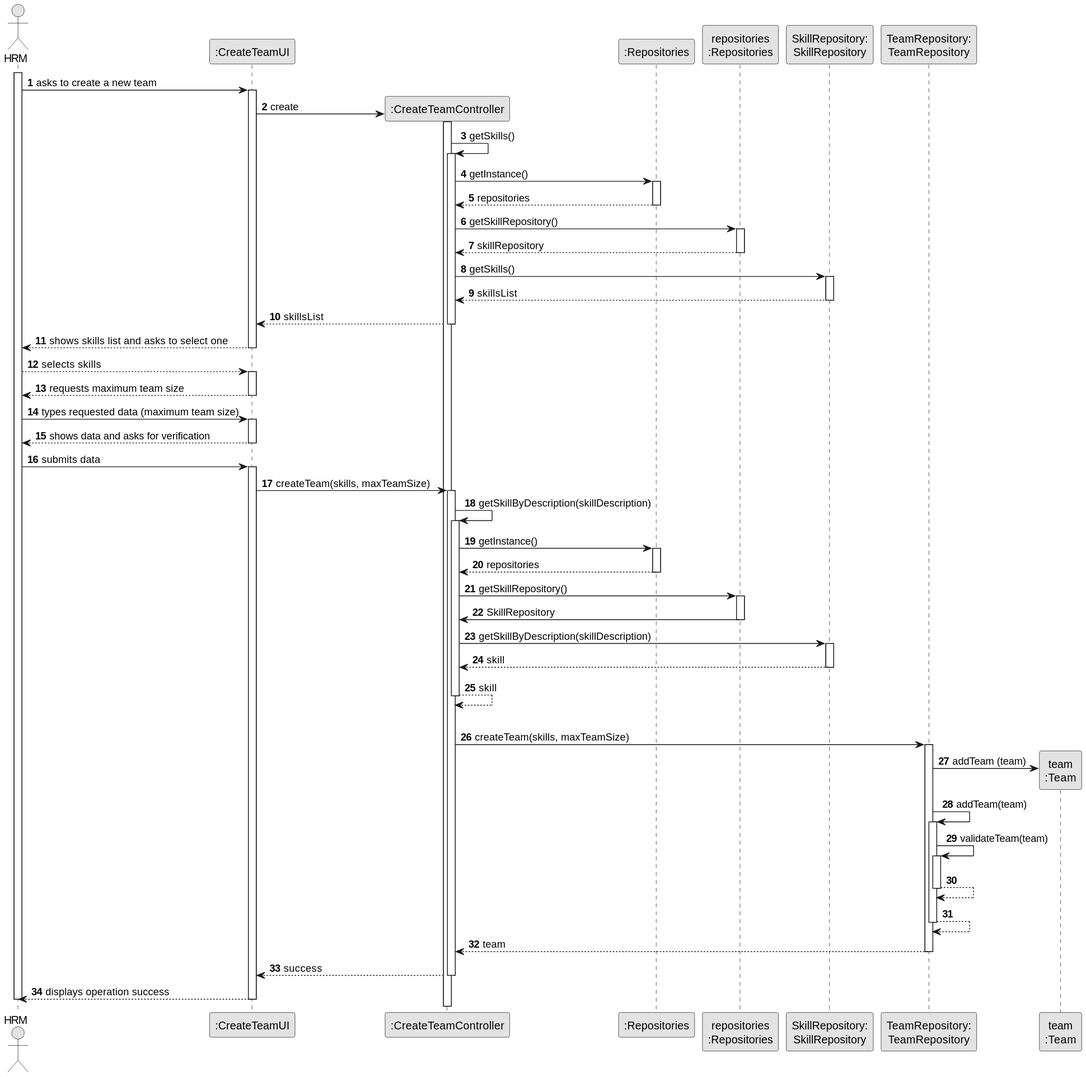
Above: docs/sprintB/us005/03.design/svg/us005-sequence-diagram-full.svg in ricardomm7/leaflink (PlantUML), before the change.
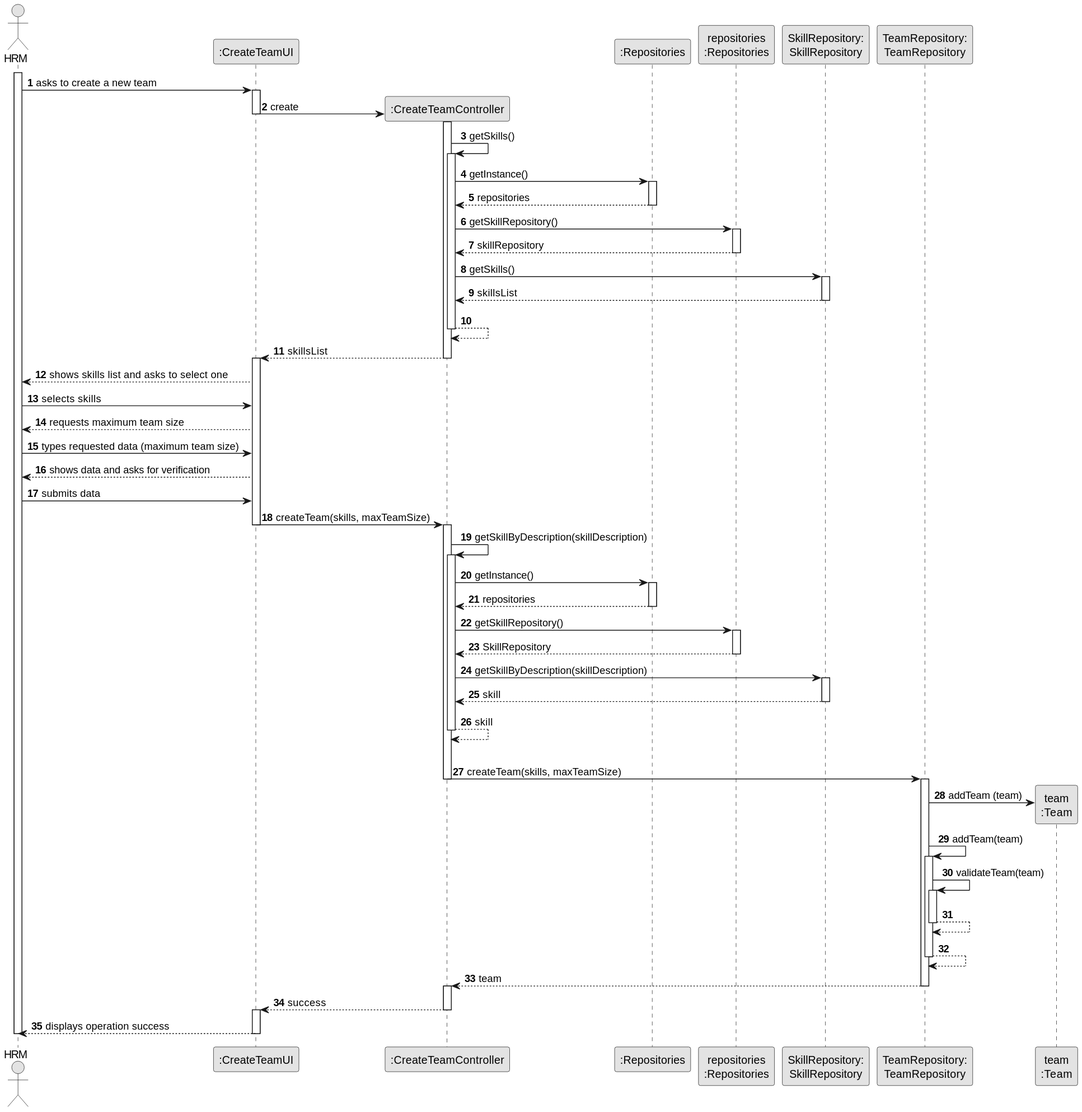
The same diagram one commit later.

Diff of the diagram source:
```diff
@@ -20,7 +20,7 @@
     activate UI
 
                 UI -> CTRL** : create
-
+                deactivate UI
                 activate CTRL
 
                     CTRL -> CTRL : getSkills()
@@ -44,28 +44,28 @@
                         SkillRepository --> CTRL : skillsList
                     deactivate SkillRepository
 
+                    CTRL --> CTRL
+                    deactivate CTRL
+
                     CTRL --> UI : skillsList
-                deactivate CTRL
+                                        deactivate CTRL
+
+                    activate UI
 
                 UI --> ADM : shows skills list and asks to select one
-            deactivate UI
 
-        ADM --> UI : selects skills
-        activate UI
+        ADM -> UI : selects skills
 
         UI --> ADM : requests maximum team size
-    deactivate UI
 
     ADM -> UI : types requested data (maximum team size)
-    activate UI
 
         UI --> ADM : shows data and asks for verification
-    deactivate UI
 
     ADM -> UI : submits data
-    activate UI
 
         UI -> CTRL : createTeam(skills, maxTeamSize)
+        deactivate UI
         activate CTRL
 
             CTRL -> CTRL : getSkillByDescription(skillDescription)
@@ -80,7 +80,7 @@
                 CTRL -> PLAT : getSkillRepository()
                 activate PLAT
 
-                    PLAT -> CTRL : SkillRepository
+                    PLAT --> CTRL : SkillRepository
                 deactivate PLAT
 
                 CTRL -> SkillRepository : getSkillByDescription(skillDescription)
@@ -94,6 +94,7 @@
 
             |||
                 CTRL -> TeamRepository: createTeam(skills, maxTeamSize)
+                deactivate CTRL
                 activate TeamRepository
 
                 TeamRepository -> Team**: addTeam (team)
@@ -110,9 +111,13 @@
 
             TeamRepository --> CTRL: team
             deactivate TeamRepository
+            activate CTRL
+
 
             CTRL --> UI : success
             deactivate CTRL
+            activate UI
+
             UI --> ADM: displays operation success
     deactivate UI
 
```
